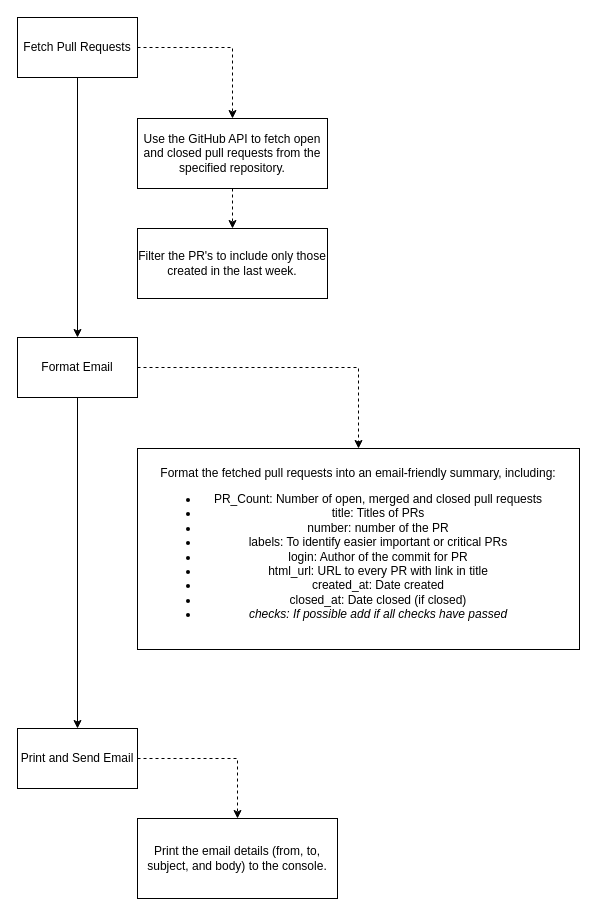
Earlier version of the draw.io diagram diagrams/repository-emailer-strategy.drawio (MiguelABFlores/Repository-emailer). Source tidied: cells renumbered, new cells numbered last; positions are measured from the earlier drawing's top-left corner, leaving out a move shared by most shapes. Both pictures are drawn from the tidied source at 100%, with x=0, y=0 at pixel (17, 17).
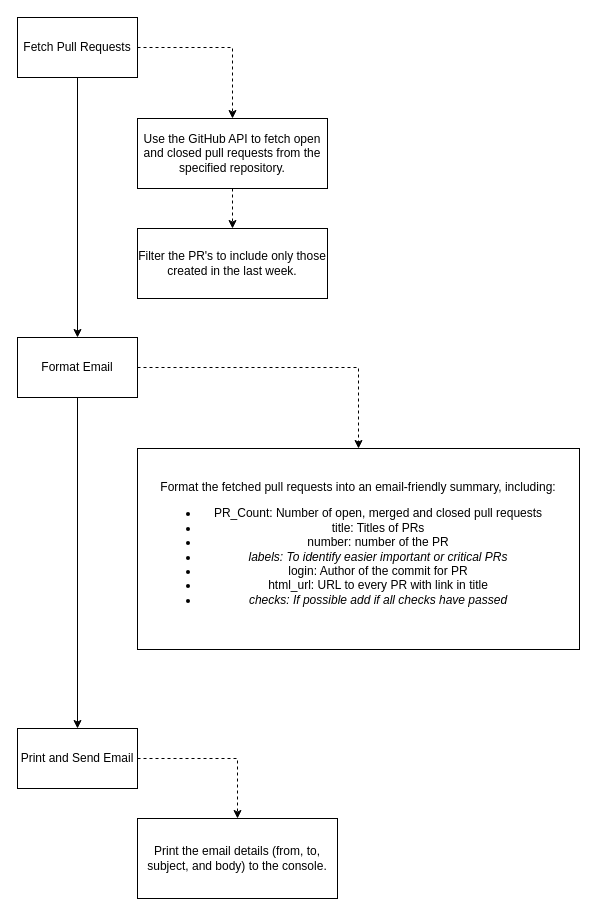
The same page after the edit.

Commit message:
update: changed some optional values to italic

What changed in the source:
```diff
@@
 <mxGraphModel>
   <root>
     <mxCell id="0" />
     <mxCell id="1" parent="0" />
     <mxCell id="2" style="edgeStyle=orthogonalEdgeStyle;rounded=0;jettySize=auto;html=1;entryX=0.5;entryY=0;entryDx=0;entryDy=0;" parent="1" edge="1" source="4" target="7">
       <mxGeometry relative="1" as="geometry" />
     </mxCell>
     <mxCell id="3" style="edgeStyle=orthogonalEdgeStyle;rounded=0;jettySize=auto;html=1;entryX=0.5;entryY=0;entryDx=0;entryDy=0;exitX=1;exitY=0.5;exitDx=0;exitDy=0;dashed=1;" parent="1" edge="1" source="4" target="11">
       <mxGeometry relative="1" as="geometry" />
     </mxCell>
     <mxCell id="4" value="Fetch Pull Requests" style="rounded=0;whiteSpace=wrap;html=1;" parent="1" vertex="1">
       <mxGeometry width="120" height="60" as="geometry" />
     </mxCell>
     <mxCell id="5" style="edgeStyle=orthogonalEdgeStyle;rounded=0;jettySize=auto;html=1;entryX=0.5;entryY=0;entryDx=0;entryDy=0;" parent="1" edge="1" source="7" target="9">
       <mxGeometry relative="1" as="geometry" />
     </mxCell>
     <mxCell id="6" style="edgeStyle=orthogonalEdgeStyle;rounded=0;jettySize=auto;html=1;entryX=0.5;entryY=0;entryDx=0;entryDy=0;exitX=1;exitY=0.5;exitDx=0;exitDy=0;dashed=1;" parent="1" edge="1" source="7" target="13">
       <mxGeometry relative="1" as="geometry" />
     </mxCell>
     <mxCell id="7" value="Format Email" style="rounded=0;whiteSpace=wrap;html=1;" parent="1" vertex="1">
       <mxGeometry y="320" width="120" height="60" as="geometry" />
     </mxCell>
     <mxCell id="8" style="edgeStyle=orthogonalEdgeStyle;rounded=0;jettySize=auto;html=1;entryX=0.5;entryY=0;entryDx=0;entryDy=0;exitX=1;exitY=0.5;exitDx=0;exitDy=0;dashed=1;" parent="1" edge="1" source="9" target="14">
       <mxGeometry relative="1" as="geometry" />
     </mxCell>
     <mxCell id="9" value="Print and Send Email" style="rounded=0;whiteSpace=wrap;html=1;" parent="1" vertex="1">
       <mxGeometry y="711" width="120" height="60" as="geometry" />
     </mxCell>
     <mxCell id="10" style="edgeStyle=orthogonalEdgeStyle;rounded=0;jettySize=auto;html=1;dashed=1;" parent="1" edge="1" source="11" target="12">
       <mxGeometry relative="1" as="geometry" />
     </mxCell>
     <mxCell id="11" value="Use the GitHub API to fetch open and closed pull requests from the specified repository." style="rounded=0;whiteSpace=wrap;html=1;verticalAlign=middle;" parent="1" vertex="1">
       <mxGeometry x="120" y="101" width="190" height="70" as="geometry" />
     </mxCell>
     <mxCell id="12" value="Filter the PR's to include only those created in the last week." style="rounded=0;whiteSpace=wrap;html=1;verticalAlign=middle;" parent="1" vertex="1">
       <mxGeometry x="120" y="211" width="190" height="70" as="geometry" />
     </mxCell>
-    <mxCell id="13" value="Format the fetched pull requests into an email-friendly summary, including:&lt;div&gt;&lt;ul&gt;&lt;li&gt;&lt;span style=&quot;background-color: initial;&quot;&gt;PR_Count: Number of open, merged and closed pull requests&lt;/span&gt;&lt;/li&gt;&lt;li&gt;&lt;span style=&quot;background-color: initial;&quot;&gt;title: Titles of PRs&lt;/span&gt;&lt;/li&gt;&lt;li&gt;&lt;span style=&quot;background-color: initial;&quot;&gt;number: number of the PR&lt;/span&gt;&lt;/li&gt;&lt;li&gt;labels: To identify easier important or critical PRs&lt;/li&gt;&lt;li&gt;&lt;span style=&quot;background-color: initial;&quot;&gt;login: Author of the commit for PR&lt;/span&gt;&lt;/li&gt;&lt;li&gt;&lt;span style=&quot;background-color: initial;&quot;&gt;html_url: URL to every PR with link in title&lt;/span&gt;&lt;/li&gt;&lt;li&gt;&lt;span style=&quot;background-color: initial;&quot;&gt;created_at: Date created&lt;/span&gt;&lt;/li&gt;&lt;li&gt;&lt;span style=&quot;background-color: initial;&quot;&gt;closed_at: Date closed (if closed)&lt;/span&gt;&lt;/li&gt;&lt;li&gt;&lt;span style=&quot;background-color: initial;&quot;&gt;&lt;i&gt;checks: If possible add if all checks have passed&lt;/i&gt;&lt;/span&gt;&lt;/li&gt;&lt;/ul&gt;&lt;/div&gt;" style="rounded=0;whiteSpace=wrap;html=1;verticalAlign=middle;" parent="1" vertex="1">
+    <mxCell id="13" value="Format the fetched pull requests into an email-friendly summary, including:&lt;div&gt;&lt;ul&gt;&lt;li&gt;&lt;span style=&quot;background-color: initial;&quot;&gt;PR_Count: Number of open, merged and closed pull requests&lt;/span&gt;&lt;/li&gt;&lt;li&gt;&lt;span style=&quot;background-color: initial;&quot;&gt;title: Titles of PRs&lt;/span&gt;&lt;/li&gt;&lt;li&gt;&lt;span style=&quot;background-color: initial;&quot;&gt;number: number of the PR&lt;/span&gt;&lt;/li&gt;&lt;li&gt;&lt;i&gt;labels: To identify easier important or critical PRs&lt;/i&gt;&lt;/li&gt;&lt;li&gt;&lt;span style=&quot;background-color: initial;&quot;&gt;login: Author of the commit for PR&lt;/span&gt;&lt;/li&gt;&lt;li&gt;&lt;span style=&quot;background-color: initial;&quot;&gt;html_url: URL to every PR with link in title&lt;/span&gt;&lt;/li&gt;&lt;li&gt;&lt;span style=&quot;background-color: initial;&quot;&gt;&lt;i&gt;checks: If possible add if all checks have passed&lt;/i&gt;&lt;/span&gt;&lt;/li&gt;&lt;/ul&gt;&lt;/div&gt;" style="rounded=0;whiteSpace=wrap;html=1;verticalAlign=middle;" parent="1" vertex="1">
       <mxGeometry x="120" y="431" width="442" height="201" as="geometry" />
     </mxCell>
     <mxCell id="14" value="Print the email details (from, to, subject, and body) to the console." style="rounded=0;whiteSpace=wrap;html=1;verticalAlign=middle;" parent="1" vertex="1">
       <mxGeometry x="120" y="801" width="200" height="80" as="geometry" />
     </mxCell>
   </root>
 </mxGraphModel>
```
